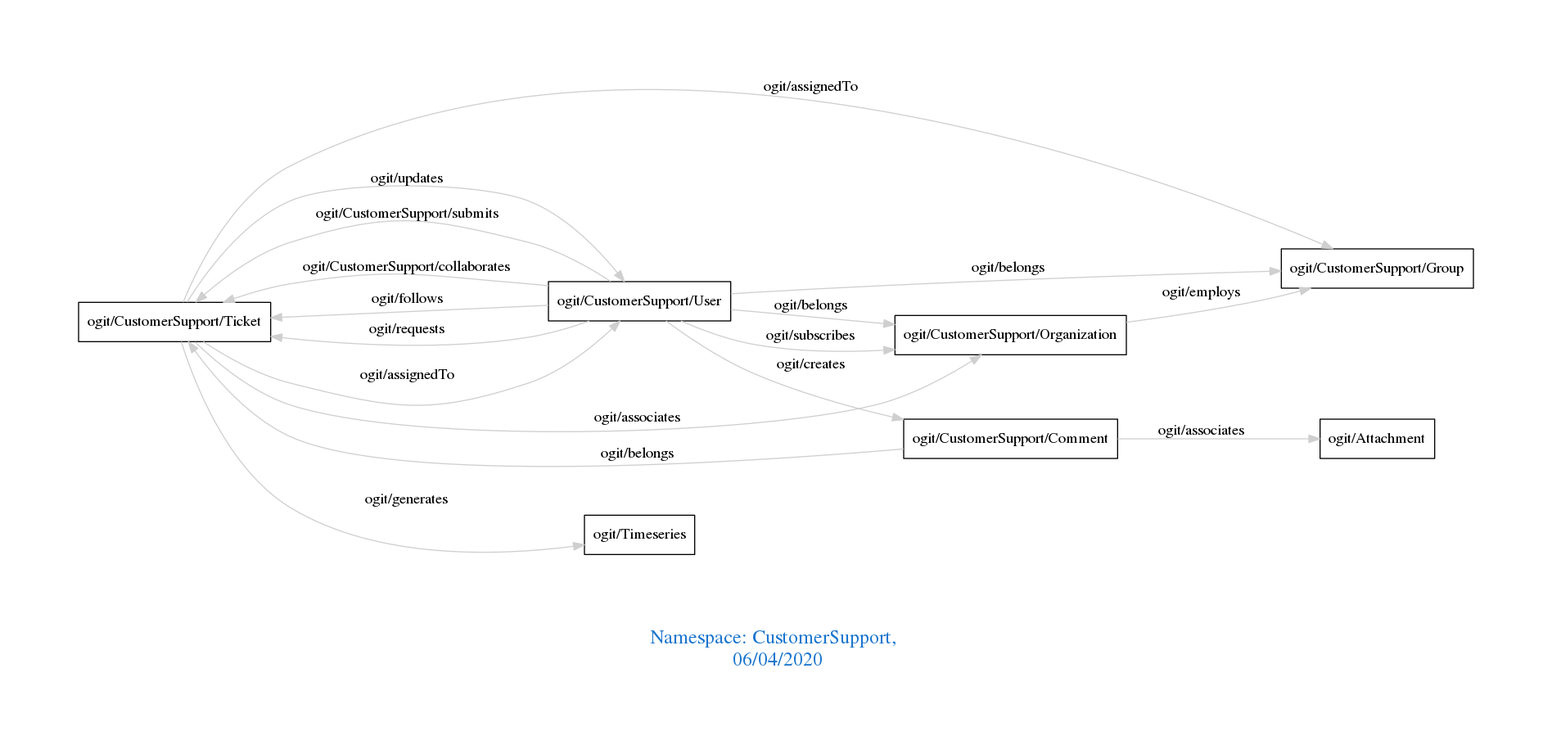
The Graphviz diagram downloads/CustomerSupport.png in arago/OGIT, before a commit. Its source is kept beside it as downloads/CustomerSupport.dot. Source of this version:
```dot
digraph OGIT_ontology {
 graph [ rankdir= LR,pad=1
fontsize = 18,
fontcolor= dodgerblue3,label = "\n\n\nNamespace: CustomerSupport, \n 06/04/2020"];
node[shape=polygon];
edge [  color="gray81"];

   "ogit/CustomerSupport/Ticket" -> "ogit/CustomerSupport/User" [label="   ogit/assignedTo    "];
   "ogit/CustomerSupport/Ticket" -> "ogit/CustomerSupport/Group" [label="   ogit/assignedTo    "];
   "ogit/CustomerSupport/Ticket" -> "ogit/Timeseries" [label="   ogit/generates    "];
   "ogit/CustomerSupport/User" -> "ogit/CustomerSupport/Ticket" [label="   ogit/CustomerSupport/submits    "];
   "ogit/CustomerSupport/Organization" -> "ogit/CustomerSupport/Group" [label="   ogit/employs    "];
   "ogit/CustomerSupport/User" -> "ogit/CustomerSupport/Ticket" [label="   ogit/CustomerSupport/collaborates    "];
   "ogit/CustomerSupport/User" -> "ogit/CustomerSupport/Ticket" [label="   ogit/follows    "];
   "ogit/CustomerSupport/User" -> "ogit/CustomerSupport/Comment" [label="   ogit/creates    "];
   "ogit/CustomerSupport/Comment" -> "ogit/Attachment" [label="   ogit/associates    "];
   "ogit/CustomerSupport/Ticket" -> "ogit/CustomerSupport/Organization" [label="   ogit/associates    "];
   "ogit/CustomerSupport/User" -> "ogit/CustomerSupport/Ticket" [label="   ogit/requests    "];
   "ogit/CustomerSupport/Ticket" -> "ogit/CustomerSupport/User" [label="   ogit/updates    "];
   "ogit/CustomerSupport/Comment" -> "ogit/CustomerSupport/Ticket" [label="   ogit/belongs    "];
   "ogit/CustomerSupport/User" -> "ogit/CustomerSupport/Group" [label="   ogit/belongs    "];
   "ogit/CustomerSupport/User" -> "ogit/CustomerSupport/Organization" [label="   ogit/belongs    "];
   "ogit/CustomerSupport/User" -> "ogit/CustomerSupport/Organization" [label="   ogit/subscribes    "];
}
```
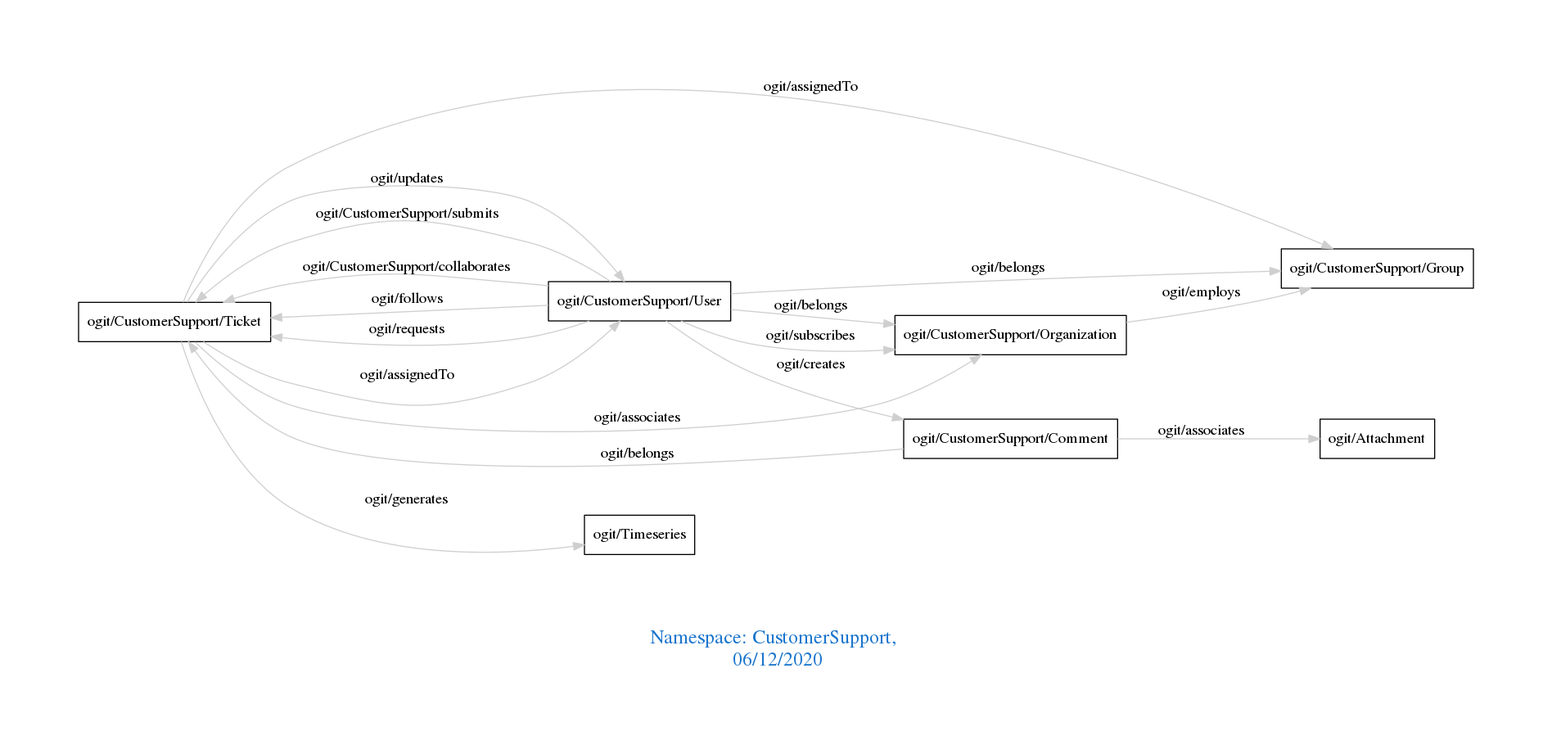
Later version of the same file.

Diff of the diagram source:
```diff
@@ -1,7 +1,7 @@
 digraph OGIT_ontology {
  graph [ rankdir= LR,pad=1
 fontsize = 18,
-fontcolor= dodgerblue3,label = "\n\n\nNamespace: CustomerSupport, \n 06/04/2020"];
+fontcolor= dodgerblue3,label = "\n\n\nNamespace: CustomerSupport, \n 06/12/2020"];
 node[shape=polygon];
 edge [  color="gray81"];
 
```
